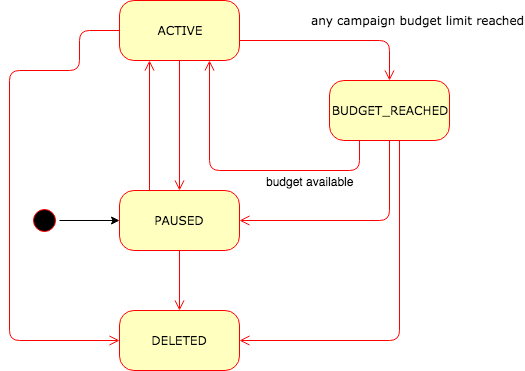
ecg-icas/icas keeps this draw.io diagram as src/source/_static/CampaignStates.png. Above is the earlier version. Source tidied: cells renumbered, new cells last; positions are measured from the earlier drawing's top-left corner, leaving out a move shared by most shapes.
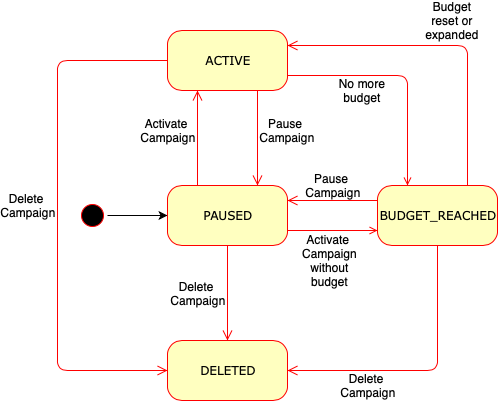
After the commit.

Commit message:
update campaign states diagram with labels

Change to the diagram source:
```diff
@@ -6,41 +6,22 @@
       <mxGeometry relative="1" as="geometry" />
     </mxCell>
     <mxCell id="3" style="ellipse;html=1;shape=startState;fillColor=#000000;strokeColor=#ff0000;rounded=1;shadow=0;comic=0;labelBackgroundColor=none;fontFamily=Verdana;fontSize=12;fontColor=#000000;align=center;direction=south;" parent="1" vertex="1">
-      <mxGeometry x="20" y="205" width="30" height="30" as="geometry" />
+      <mxGeometry x="20" y="170" width="30" height="30" as="geometry" />
     </mxCell>
     <mxCell id="4" value="PAUSED&lt;br&gt;" style="rounded=1;whiteSpace=wrap;html=1;arcSize=24;fillColor=#ffffc0;strokeColor=#ff0000;shadow=0;comic=0;labelBackgroundColor=none;fontFamily=Verdana;fontSize=12;fontColor=#000000;align=center;" parent="1" vertex="1">
-      <mxGeometry x="110" y="190" width="120" height="60" as="geometry" />
+      <mxGeometry x="110" y="155" width="120" height="60" as="geometry" />
     </mxCell>
     <mxCell id="5" value="ACTIVE" style="rounded=1;whiteSpace=wrap;html=1;arcSize=24;fillColor=#ffffc0;strokeColor=#ff0000;shadow=0;comic=0;labelBackgroundColor=none;fontFamily=Verdana;fontSize=12;fontColor=#000000;align=center;" parent="1" vertex="1">
       <mxGeometry x="110" width="120" height="60" as="geometry" />
     </mxCell>
-    <mxCell id="6" value="BUDGET_REACHED&lt;br&gt;" style="rounded=1;whiteSpace=wrap;html=1;arcSize=24;fillColor=#ffffc0;strokeColor=#ff0000;shadow=0;comic=0;labelBackgroundColor=none;fontFamily=Verdana;fontSize=12;fontColor=#000000;align=center;" parent="1" vertex="1">
-      <mxGeometry x="320" y="80" width="120" height="60" as="geometry" />
-    </mxCell>
-    <mxCell id="7" value="any campaign budget limit reached" style="edgeStyle=orthogonalEdgeStyle;html=1;labelBackgroundColor=none;endArrow=open;endSize=8;strokeColor=#ff0000;fontFamily=Verdana;fontSize=12;align=left;entryX=0.5;entryY=0;entryDx=0;entryDy=0;" parent="1" edge="1" source="5" target="6">
-      <mxGeometry x="-0.26" y="20" relative="1" as="geometry">
-        <Array as="points">
-          <mxPoint x="380" y="40" />
-        </Array>
-      </mxGeometry>
-    </mxCell>
-    <mxCell id="8" style="edgeStyle=orthogonalEdgeStyle;html=1;labelBackgroundColor=none;endArrow=open;endSize=8;strokeColor=#ff0000;fontFamily=Verdana;fontSize=12;align=left;exitX=0.25;exitY=1;exitDx=0;exitDy=0;" parent="1" edge="1" source="6" target="5">
+    <mxCell id="8" style="edgeStyle=orthogonalEdgeStyle;html=1;labelBackgroundColor=none;endArrow=open;endSize=8;strokeColor=#ff0000;fontFamily=Verdana;fontSize=12;align=left;startArrow=none;startFill=0;exitX=0.75;exitY=0;exitDx=0;exitDy=0;entryX=1;entryY=0.25;entryDx=0;entryDy=0;endFill=0;" parent="1" edge="1" source="6" target="5">
       <mxGeometry relative="1" as="geometry">
         <Array as="points">
-          <mxPoint x="350" y="170" />
-          <mxPoint x="200" y="170" />
+          <mxPoint x="410" y="15" />
         </Array>
       </mxGeometry>
     </mxCell>
-    <mxCell id="9" value="budget available" style="text;html=1;align=center;verticalAlign=middle;labelBackgroundColor=#ffffff;" parent="8" vertex="1">
-      <mxGeometry x="-0.79" y="-19" relative="1" as="geometry">
-        <mxPoint x="-50" y="29" as="offset" />
-      </mxGeometry>
-    </mxCell>
-    <mxCell id="10" style="edgeStyle=orthogonalEdgeStyle;html=1;exitX=0.25;exitY=0;entryX=0.25;entryY=1;labelBackgroundColor=none;endArrow=open;endSize=8;strokeColor=#ff0000;fontFamily=Verdana;fontSize=12;align=left;" parent="1" edge="1" source="4" target="5">
-      <mxGeometry relative="1" as="geometry" />
-    </mxCell>
-    <mxCell id="11" style="edgeStyle=orthogonalEdgeStyle;html=1;exitX=0.5;exitY=1;entryX=0.5;entryY=0;labelBackgroundColor=none;endArrow=open;endSize=8;strokeColor=#ff0000;fontFamily=Verdana;fontSize=12;align=left;entryDx=0;entryDy=0;exitDx=0;exitDy=0;" parent="1" edge="1" source="5" target="4">
+    <mxCell id="11" style="edgeStyle=orthogonalEdgeStyle;html=1;exitX=0.75;exitY=1;entryX=0.75;entryY=0;labelBackgroundColor=none;endArrow=open;endSize=8;strokeColor=#ff0000;fontFamily=Verdana;fontSize=12;align=left;entryDx=0;entryDy=0;exitDx=0;exitDy=0;startArrow=none;startFill=0;" parent="1" edge="1" source="5" target="4">
       <mxGeometry relative="1" as="geometry" />
     </mxCell>
     <mxCell id="12" value="DELETED" style="rounded=1;whiteSpace=wrap;html=1;arcSize=24;fillColor=#ffffc0;strokeColor=#ff0000;shadow=0;comic=0;labelBackgroundColor=none;fontFamily=Verdana;fontSize=12;fontColor=#000000;align=center;" parent="1" vertex="1">
@@ -52,28 +33,68 @@
     <mxCell id="14" style="edgeStyle=orthogonalEdgeStyle;html=1;exitX=0;exitY=0.5;entryX=0;entryY=0.5;labelBackgroundColor=none;endArrow=open;endSize=8;strokeColor=#ff0000;fontFamily=Verdana;fontSize=12;align=left;exitDx=0;exitDy=0;entryDx=0;entryDy=0;" parent="1" edge="1" source="5" target="12">
       <mxGeometry relative="1" as="geometry">
         <Array as="points">
-          <mxPoint x="70" y="30" />
-          <mxPoint x="70" y="70" />
-          <mxPoint y="70" />
+          <mxPoint y="30" />
           <mxPoint y="340" />
         </Array>
       </mxGeometry>
     </mxCell>
-    <mxCell id="15" style="edgeStyle=orthogonalEdgeStyle;html=1;labelBackgroundColor=none;endArrow=open;endSize=8;strokeColor=#ff0000;fontFamily=Verdana;fontSize=12;align=left;entryX=1;entryY=0.5;entryDx=0;entryDy=0;" parent="1" edge="1" target="12">
+    <mxCell id="15" style="edgeStyle=orthogonalEdgeStyle;html=1;labelBackgroundColor=none;endArrow=open;endSize=8;strokeColor=#ff0000;fontFamily=Verdana;fontSize=12;align=left;entryX=1;entryY=0.5;entryDx=0;entryDy=0;exitX=0.5;exitY=1;exitDx=0;exitDy=0;" parent="1" edge="1" source="6" target="12">
       <mxGeometry relative="1" as="geometry">
-        <mxPoint x="390" y="140" as="sourcePoint" />
         <Array as="points">
-          <mxPoint x="390" y="140" />
-          <mxPoint x="390" y="340" />
+          <mxPoint x="380" y="340" />
         </Array>
       </mxGeometry>
     </mxCell>
-    <mxCell id="16" style="edgeStyle=orthogonalEdgeStyle;html=1;labelBackgroundColor=none;endArrow=open;endSize=8;strokeColor=#ff0000;fontFamily=Verdana;fontSize=12;align=left;exitX=0.5;exitY=1;exitDx=0;exitDy=0;" parent="1" edge="1" source="6" target="4">
-      <mxGeometry relative="1" as="geometry">
-        <Array as="points">
-          <mxPoint x="380" y="220" />
-        </Array>
-      </mxGeometry>
+    <mxCell id="16" style="edgeStyle=orthogonalEdgeStyle;html=1;labelBackgroundColor=none;endArrow=open;endSize=8;strokeColor=#ff0000;fontFamily=Verdana;fontSize=12;align=left;exitX=0;exitY=0.25;exitDx=0;exitDy=0;startArrow=none;startFill=0;entryX=1;entryY=0.25;entryDx=0;entryDy=0;" parent="1" edge="1" source="6" target="4">
+      <mxGeometry relative="1" as="geometry" />
     </mxCell>
+    <mxCell id="6" value="BUDGET_REACHED&lt;br&gt;" style="rounded=1;whiteSpace=wrap;html=1;arcSize=24;fillColor=#ffffc0;strokeColor=#ff0000;shadow=0;comic=0;labelBackgroundColor=none;fontFamily=Verdana;fontSize=12;fontColor=#000000;align=center;" parent="1" vertex="1">
+      <mxGeometry x="320" y="155" width="120" height="60" as="geometry" />
+    </mxCell>
+    <mxCell id="17" value="Pause&amp;nbsp;&lt;br&gt;Campaign" style="text;html=1;strokeColor=none;fillColor=none;align=center;verticalAlign=middle;whiteSpace=wrap;rounded=0;" parent="1" vertex="1">
+      <mxGeometry x="209" y="90" width="40" height="20" as="geometry" />
+    </mxCell>
+    <mxCell id="10" style="edgeStyle=orthogonalEdgeStyle;html=1;exitX=0.25;exitY=0;entryX=0.25;entryY=1;labelBackgroundColor=none;endArrow=open;endSize=8;strokeColor=#ff0000;fontFamily=Verdana;fontSize=12;align=left;entryDx=0;entryDy=0;exitDx=0;exitDy=0;startArrow=none;startFill=0;" parent="1" edge="1" source="4" target="5">
+      <mxGeometry relative="1" as="geometry">
+        <Array as="points">
+          <mxPoint x="140" y="130" />
+          <mxPoint x="140" y="130" />
+        </Array>
+      </mxGeometry>
+    </mxCell>
+    <mxCell id="18" value="Activate&amp;nbsp;&lt;br&gt;Campaign" style="text;html=1;strokeColor=none;fillColor=none;align=center;verticalAlign=middle;whiteSpace=wrap;rounded=0;" parent="1" vertex="1">
+      <mxGeometry x="90" y="90" width="40" height="20" as="geometry" />
+    </mxCell>
+    <mxCell id="19" style="edgeStyle=orthogonalEdgeStyle;html=1;labelBackgroundColor=none;endArrow=none;endSize=8;strokeColor=#ff0000;fontFamily=Verdana;fontSize=12;align=left;startArrow=open;startFill=0;entryX=1;entryY=0.75;entryDx=0;entryDy=0;exitX=0.25;exitY=0;exitDx=0;exitDy=0;endFill=0;" parent="1" edge="1" source="6" target="5">
+      <mxGeometry relative="1" as="geometry">
+        <Array as="points">
+          <mxPoint x="350" y="45" />
+        </Array>
+      </mxGeometry>
+    </mxCell>
+    <mxCell id="20" value="No more budget" style="text;html=1;strokeColor=none;fillColor=none;align=center;verticalAlign=middle;whiteSpace=wrap;rounded=0;" parent="1" vertex="1">
+      <mxGeometry x="280" y="50" width="50" height="20" as="geometry" />
+    </mxCell>
+    <mxCell id="21" value="Budget reset or expanded" style="text;html=1;strokeColor=none;fillColor=none;align=center;verticalAlign=middle;whiteSpace=wrap;rounded=0;" parent="1" vertex="1">
+      <mxGeometry x="370" y="-20" width="50" height="20" as="geometry" />
+    </mxCell>
+    <mxCell id="22" value="Delete&amp;nbsp;&lt;br&gt;Campaign" style="text;html=1;strokeColor=none;fillColor=none;align=center;verticalAlign=middle;whiteSpace=wrap;rounded=0;" parent="1" vertex="1">
+      <mxGeometry x="-50" y="165" width="40" height="20" as="geometry" />
+    </mxCell>
+    <mxCell id="23" value="Delete&amp;nbsp;&lt;br&gt;Campaign" style="text;html=1;strokeColor=none;fillColor=none;align=center;verticalAlign=middle;whiteSpace=wrap;rounded=0;" parent="1" vertex="1">
+      <mxGeometry x="120" y="252.5" width="40" height="20" as="geometry" />
+    </mxCell>
+    <mxCell id="24" value="Delete&amp;nbsp;&lt;br&gt;Campaign" style="text;html=1;strokeColor=none;fillColor=none;align=center;verticalAlign=middle;whiteSpace=wrap;rounded=0;" parent="1" vertex="1">
+      <mxGeometry x="290" y="345" width="40" height="20" as="geometry" />
+    </mxCell>
+    <mxCell id="25" value="Pause&amp;nbsp;&lt;br&gt;Campaign" style="text;html=1;strokeColor=none;fillColor=none;align=center;verticalAlign=middle;whiteSpace=wrap;rounded=0;" parent="1" vertex="1">
+      <mxGeometry x="255" y="145" width="40" height="20" as="geometry" />
+    </mxCell>
+    <mxCell id="26" style="edgeStyle=orthogonalEdgeStyle;html=1;labelBackgroundColor=none;endArrow=none;endSize=8;strokeColor=#ff0000;fontFamily=Verdana;fontSize=12;align=left;exitX=0;exitY=0.75;exitDx=0;exitDy=0;startArrow=open;startFill=0;entryX=1;entryY=0.75;entryDx=0;entryDy=0;endFill=0;" parent="1" edge="1" source="6" target="4">
+      <mxGeometry relative="1" as="geometry" />
+    </mxCell>
+    <mxCell id="27" value="Activate&amp;nbsp;&lt;br&gt;Campaign&lt;br&gt;without budget" style="text;html=1;strokeColor=none;fillColor=none;align=center;verticalAlign=middle;whiteSpace=wrap;rounded=0;" parent="1" vertex="1">
+      <mxGeometry x="240" y="210" width="65" height="40" as="geometry" />
+    </mxCell>
   </root>
 </mxGraphModel>
```
